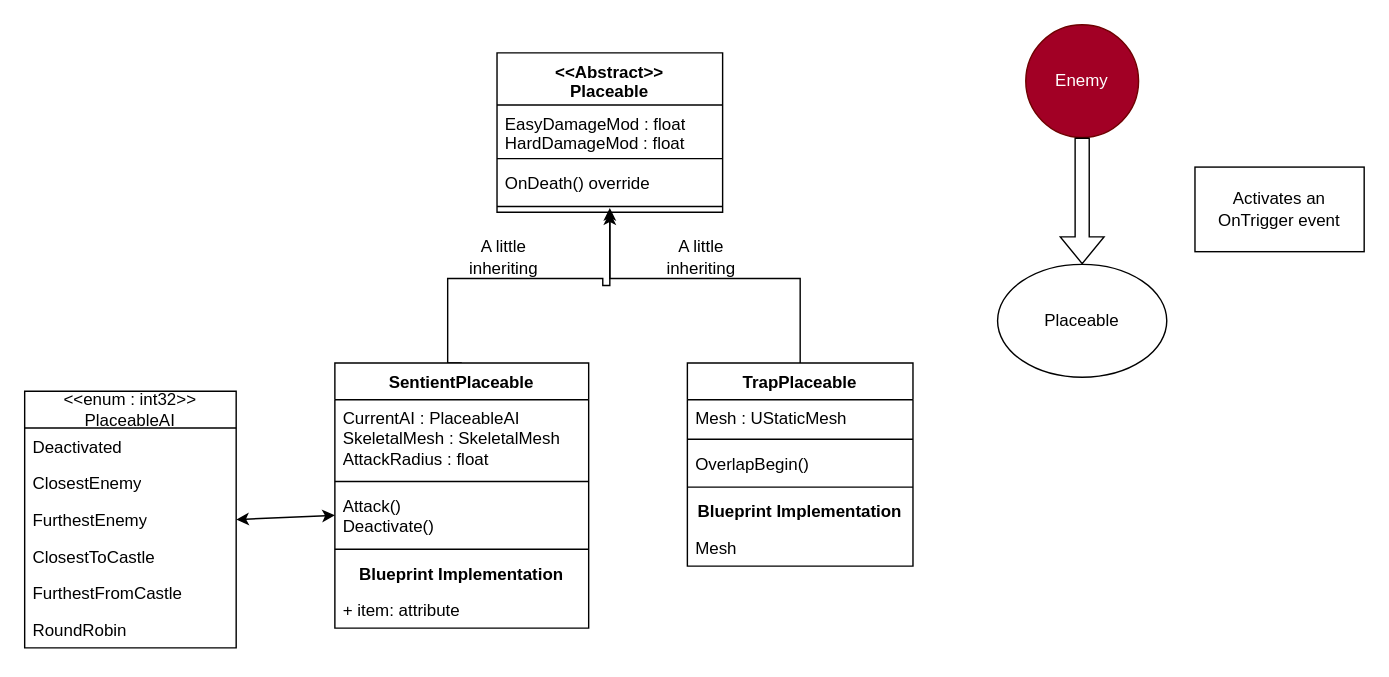
The draw.io diagram Design/PlaceableDesign.drawio in Edge321/DragonsDefense_v2, before the edit. Source tidied: cells renumbered, new cells numbered last; positions are measured from the earlier drawing's top-left corner, leaving out a move shared by most shapes. Both pictures are drawn from the tidied source at 141%, with x=0, y=0 at pixel (24, 24).
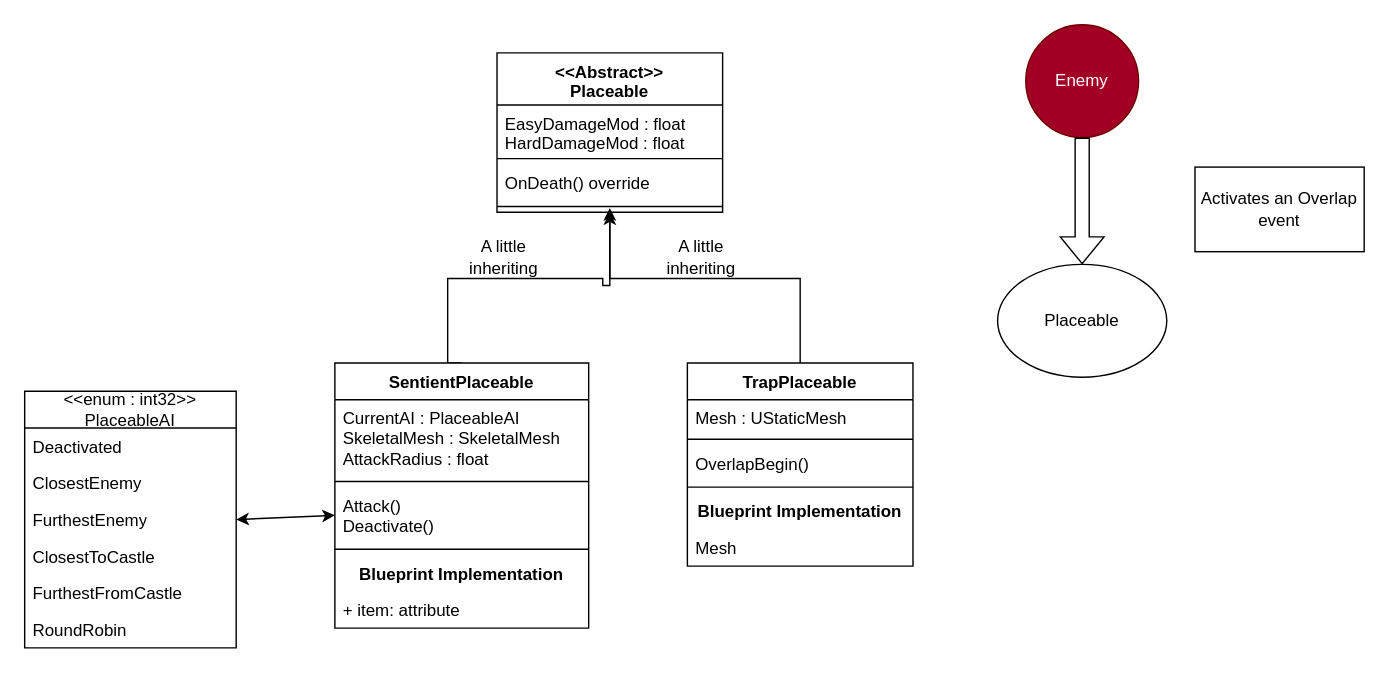
After the change.

Change to the diagram source:
```diff
@@
-    <mxCell id="22" value="Activates an OnTrigger event" style="rounded=0;whiteSpace=wrap;html=1;" parent="1" vertex="1">
+    <mxCell id="22" value="Activates an Overlap event" style="rounded=0;whiteSpace=wrap;html=1;" parent="1" vertex="1">
       <mxGeometry x="830" y="101" width="120" height="60" as="geometry" />
     </mxCell>
```
